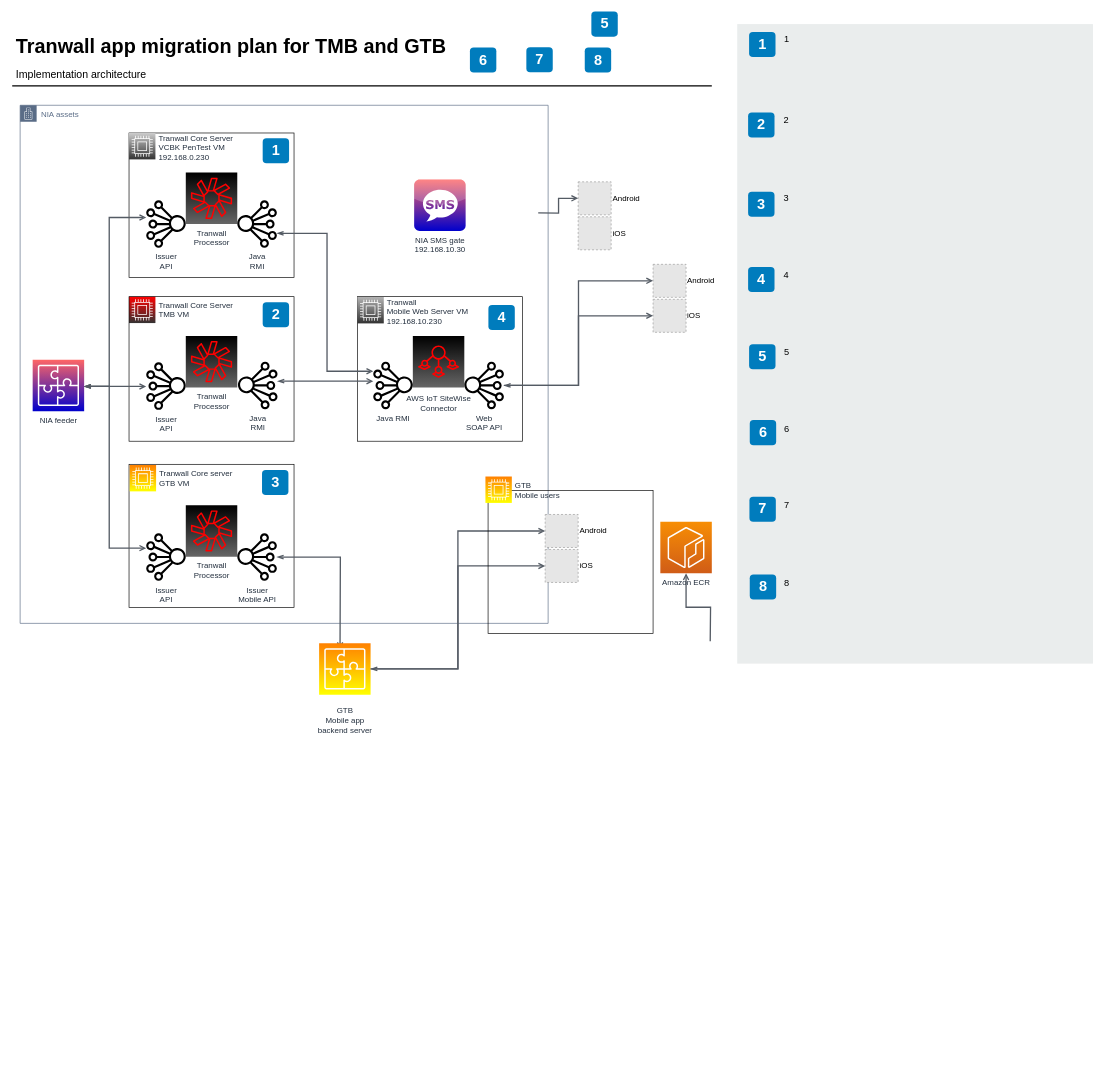
Earlier version of the draw.io diagram Tranwall app migration plan.drawio (7ak/draw.io). Source tidied: cells renumbered, new cells numbered last; positions are measured from the earlier drawing's top-left corner, leaving out a move shared by most shapes. Both pictures are drawn from the tidied source at 66%, with x=0, y=0 at pixel (12, 11). Pictures stored in the file or linked from it are replaced by grey dashed boxes.
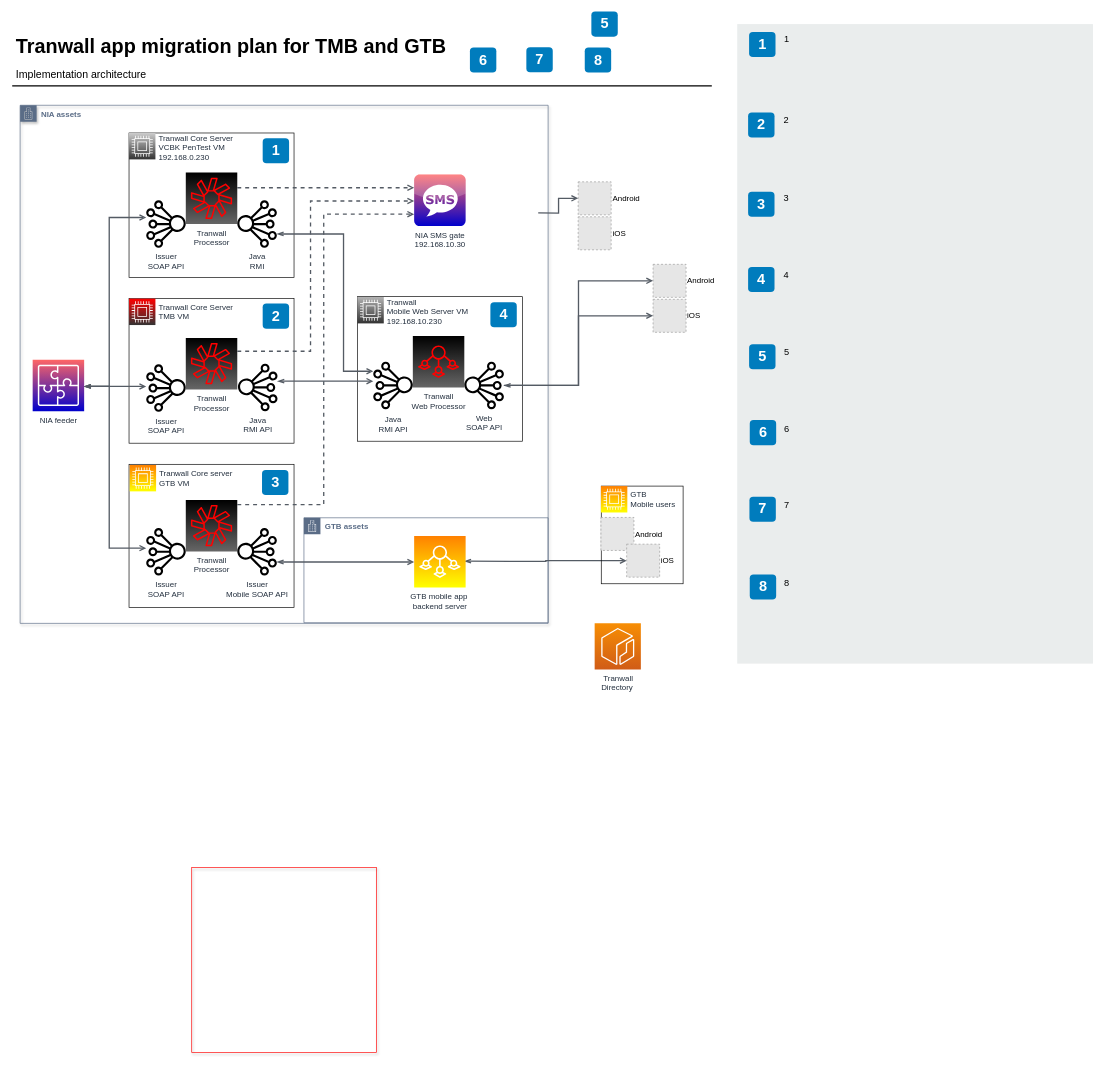
The same page after the edit.

Unchanged cells that the change refers to:
```xml
<mxCell id="46" value="Tranwall &lt;br&gt;Processor" style="outlineConnect=0;fontColor=#232F3E;gradientColor=#000000;gradientDirection=north;fillColor=#666666;strokeColor=#FF0000;dashed=0;verticalLabelPosition=bottom;verticalAlign=top;align=center;html=1;fontSize=12;fontStyle=0;shape=mxgraph.aws4.resourceIcon;resIcon=mxgraph.aws4.chime;shadow=0;" parent="1" vertex="1">
  <mxGeometry x="263" y="244" width="78" height="78" as="geometry" />
</mxCell>
<mxCell id="47" value="Java&lt;br&gt;RMI" style="outlineConnect=0;fontColor=#232F3E;gradientColor=none;fillColor=#000000;strokeColor=none;dashed=0;verticalLabelPosition=bottom;verticalAlign=top;align=center;html=1;fontSize=12;fontStyle=0;shape=mxgraph.aws4.iot_analytics_channel;flipV=0;flipH=1;" parent="1" vertex="1">
  <mxGeometry x="341" y="286" width="60" height="72" as="geometry" />
</mxCell>
```

Diff of the diagram source:
```diff
@@
+    <mxCell id="52" style="whiteSpace=wrap;html=1;dashed=0;fontColor=#AAB7B8;fontStyle=0;align=left;verticalAlign=top;strokeColor=#000000;fillColor=none;gradientColor=none;spacingLeft=30;" parent="1" vertex="1">
+      <mxGeometry x="177" y="435" width="250" height="219" as="geometry" />
+    </mxCell>
-    <mxCell id="2" value="NIA assets" style="gradientColor=none;html=1;whiteSpace=wrap;fontSize=12;fontStyle=0;shape=mxgraph.aws4.group;grIcon=mxgraph.aws4.group_corporate_data_center;strokeColor=#5A6C86;fillColor=none;verticalAlign=top;align=left;spacingLeft=30;fontColor=#5A6C86;dashed=0;" parent="1" vertex="1">
+    <mxCell id="2" value="NIA assets" style="gradientColor=#ffffff;html=1;whiteSpace=wrap;fontSize=12;fontStyle=1;shape=mxgraph.aws4.group;grIcon=mxgraph.aws4.group_corporate_data_center;strokeColor=#5A6C86;fillColor=none;verticalAlign=top;align=left;spacingLeft=30;fontColor=#5A6C86;dashed=0;shadow=1;" parent="1" vertex="1">
       <mxGeometry x="12" y="142" width="800" height="785" as="geometry" />
     </mxCell>
+    <mxCell id="75" value="&lt;b&gt;GTB assets&lt;/b&gt;" style="gradientColor=#ffffff;html=1;whiteSpace=wrap;fontSize=12;fontStyle=0;shape=mxgraph.aws4.group;grIcon=mxgraph.aws4.group_corporate_data_center;strokeColor=#5A6C86;fillColor=none;verticalAlign=top;align=left;spacingLeft=30;fontColor=#5A6C86;dashed=0;shadow=0;" parent="1" vertex="1">
+      <mxGeometry x="442" y="767" width="370" height="159" as="geometry" />
+    </mxCell>
@@
-    <mxCell id="8" style="edgeStyle=orthogonalEdgeStyle;rounded=0;jettySize=auto;html=1;strokeColor=#545B64;strokeWidth=2;endFill=0;endArrow=open;startArrow=none;" parent="1" edge="1" target="33">
-      <mxGeometry relative="1" as="geometry">
-        <mxPoint x="1057.6" y="954.2" as="sourcePoint" />
-      </mxGeometry>
-    </mxCell>
@@
-    <mxCell id="30" value="Issuer &lt;br&gt;API" style="outlineConnect=0;fontColor=#232F3E;gradientColor=none;fillColor=#000000;strokeColor=none;dashed=0;verticalLabelPosition=bottom;verticalAlign=top;align=center;html=1;fontSize=12;fontStyle=0;shape=mxgraph.aws4.iot_analytics_channel;" parent="1" vertex="1">
+    <mxCell id="30" value="Issuer&lt;br&gt;SOAP API" style="outlineConnect=0;fontColor=#232F3E;gradientColor=none;fillColor=#000000;strokeColor=none;dashed=0;verticalLabelPosition=bottom;verticalAlign=top;align=center;html=1;fontSize=12;fontStyle=0;shape=mxgraph.aws4.iot_analytics_channel;" parent="1" vertex="1">
       <mxGeometry x="203" y="286" width="60" height="72" as="geometry" />
     </mxCell>
-    <mxCell id="31" value="AWS IoT SiteWise&lt;br&gt;Connector&lt;br&gt;" style="fontColor=#232F3E;gradientColor=#000000;gradientDirection=north;fillColor=#666666;strokeColor=#FF0000;dashed=0;verticalLabelPosition=bottom;verticalAlign=top;align=center;html=1;fontSize=12;fontStyle=0;shape=mxgraph.aws4.resourceIcon;resIcon=mxgraph.aws4.iot_sitewise;shadow=0;spacing=5;" parent="1" vertex="1">
+    <mxCell id="31" value="Tranwall&lt;br&gt;Web Processor" style="fontColor=#232F3E;gradientColor=#000000;gradientDirection=north;fillColor=#666666;strokeColor=#FF0000;dashed=0;verticalLabelPosition=bottom;verticalAlign=top;align=center;html=1;fontSize=12;fontStyle=0;shape=mxgraph.aws4.resourceIcon;resIcon=mxgraph.aws4.iot_sitewise;shadow=0;spacing=2;" parent="1" vertex="1">
       <mxGeometry x="607" y="491.5" width="78" height="78" as="geometry" />
     </mxCell>
     <mxCell id="32" value="2" style="rounded=1;whiteSpace=wrap;html=1;fillColor=#007CBD;strokeColor=none;fontColor=#FFFFFF;fontStyle=1;fontSize=22;" parent="1" vertex="1">
-      <mxGeometry x="379.5" y="440.5" width="40" height="38" as="geometry" />
+      <mxGeometry x="379.5" y="442.5" width="40" height="38" as="geometry" />
     </mxCell>
-    <mxCell id="33" value="Amazon ECR" style="outlineConnect=0;fontColor=#232F3E;gradientColor=#F78E04;gradientDirection=north;fillColor=#D05C17;strokeColor=#ffffff;dashed=0;verticalLabelPosition=bottom;verticalAlign=top;align=center;html=1;fontSize=12;fontStyle=0;shape=mxgraph.aws4.resourceIcon;resIcon=mxgraph.aws4.ecr;" parent="1" vertex="1">
-      <mxGeometry x="982" y="773" width="78" height="78" as="geometry" />
+    <mxCell id="33" value="Tranwall&lt;br&gt;Directory&amp;nbsp;" style="outlineConnect=0;fontColor=#232F3E;gradientColor=#F78E04;gradientDirection=north;fillColor=#D05C17;strokeColor=#ffffff;dashed=0;verticalLabelPosition=bottom;verticalAlign=top;align=center;html=1;fontSize=12;fontStyle=0;shape=mxgraph.aws4.resourceIcon;resIcon=mxgraph.aws4.ecr;" parent="1" vertex="1">
+      <mxGeometry x="882.5" y="927" width="70" height="70" as="geometry" />
     </mxCell>
@@
     <mxCell id="35" value="4" style="rounded=1;whiteSpace=wrap;html=1;fillColor=#007CBD;strokeColor=none;fontColor=#FFFFFF;fontStyle=1;fontSize=22;" parent="1" vertex="1">
-      <mxGeometry x="721.5" y="444.5" width="40" height="38" as="geometry" />
+      <mxGeometry x="724.5" y="440.5" width="40" height="38" as="geometry" />
     </mxCell>
@@
     <mxCell id="40" value="&lt;span style=&quot;text-align: left&quot;&gt;Tranwall Core Server&lt;/span&gt;&lt;br style=&quot;text-align: left&quot;&gt;&lt;span style=&quot;text-align: left&quot;&gt;TMB VM&lt;/span&gt;" style="fontColor=#232F3E;gradientColor=#FF0000;gradientDirection=north;fillColor=#333333;strokeColor=#ffffff;dashed=0;verticalLabelPosition=middle;verticalAlign=middle;align=left;html=1;fontSize=12;fontStyle=0;shape=mxgraph.aws4.resourceIcon;resIcon=mxgraph.aws4.compute;labelPosition=right;spacing=5;" parent="1" vertex="1">
-      <mxGeometry x="177" y="432" width="40" height="40" as="geometry" />
+      <mxGeometry x="177" y="435" width="40" height="40" as="geometry" />
     </mxCell>
@@
-    <mxCell id="42" value="Issuer&lt;br&gt;API" style="outlineConnect=0;fontColor=#232F3E;gradientColor=none;fillColor=#000000;strokeColor=none;dashed=0;verticalLabelPosition=bottom;verticalAlign=top;align=center;html=1;fontSize=12;fontStyle=0;shape=mxgraph.aws4.iot_analytics_channel;" parent="1" vertex="1">
-      <mxGeometry x="203" y="790.5" width="60" height="72" as="geometry" />
+    <mxCell id="42" value="Issuer&lt;br&gt;SOAP API" style="outlineConnect=0;fontColor=#232F3E;gradientColor=none;fillColor=#000000;strokeColor=none;dashed=0;verticalLabelPosition=bottom;verticalAlign=top;align=center;html=1;fontSize=12;fontStyle=0;shape=mxgraph.aws4.iot_analytics_channel;" parent="1" vertex="1">
+      <mxGeometry x="203" y="782.5" width="60" height="72" as="geometry" />
     </mxCell>
@@
     <mxCell id="44" value="Tranwall &lt;br&gt;Processor" style="outlineConnect=0;fontColor=#232F3E;gradientColor=#000000;gradientDirection=north;fillColor=#666666;strokeColor=#FF0000;dashed=0;verticalLabelPosition=bottom;verticalAlign=top;align=center;html=1;fontSize=12;fontStyle=0;shape=mxgraph.aws4.resourceIcon;resIcon=mxgraph.aws4.chime;shadow=0;" parent="1" vertex="1">
-      <mxGeometry x="263" y="748" width="78" height="78" as="geometry" />
+      <mxGeometry x="263" y="740" width="78" height="78" as="geometry" />
     </mxCell>
-    <mxCell id="45" value="Issuer &lt;br&gt;Mobile API" style="outlineConnect=0;fontColor=#232F3E;gradientColor=none;fillColor=#000000;strokeColor=none;dashed=0;verticalLabelPosition=bottom;verticalAlign=top;align=center;html=1;fontSize=12;fontStyle=0;shape=mxgraph.aws4.iot_analytics_channel;flipV=0;flipH=1;" parent="1" vertex="1">
-      <mxGeometry x="341" y="790.5" width="60" height="72" as="geometry" />
+    <mxCell id="45" value="Issuer &lt;br&gt;Mobile SOAP API" style="outlineConnect=0;fontColor=#232F3E;gradientColor=none;fillColor=#000000;strokeColor=none;dashed=0;verticalLabelPosition=bottom;verticalAlign=top;align=center;html=1;fontSize=12;fontStyle=0;shape=mxgraph.aws4.iot_analytics_channel;flipV=0;flipH=1;" parent="1" vertex="1">
+      <mxGeometry x="341" y="782.5" width="60" height="72" as="geometry" />
     </mxCell>
@@
     <mxCell id="51" style="edgeStyle=orthogonalEdgeStyle;rounded=0;jettySize=auto;html=1;strokeColor=#545B64;strokeWidth=2;endFill=0;endArrow=open;startArrow=openThin;startFill=0;" parent="1" edge="1" source="47" target="59">
       <mxGeometry relative="1" as="geometry">
         <Array as="points">
-          <mxPoint x="477" y="336" />
-          <mxPoint x="477" y="545" />
+          <mxPoint x="502" y="337" />
+          <mxPoint x="502" y="545" />
         </Array>
       </mxGeometry>
     </mxCell>
-    <mxCell id="52" style="whiteSpace=wrap;html=1;dashed=0;fontColor=#AAB7B8;fontStyle=0;align=left;verticalAlign=top;strokeColor=#000000;fillColor=none;gradientColor=none;spacingLeft=30;" parent="1" vertex="1">
-      <mxGeometry x="177" y="432" width="250" height="219" as="geometry" />
-    </mxCell>
@@
-    <mxCell id="54" value="Issuer &lt;br&gt;API" style="fontColor=#232F3E;gradientColor=none;fillColor=#000000;strokeColor=none;dashed=0;verticalLabelPosition=bottom;verticalAlign=top;align=center;html=1;fontSize=12;fontStyle=0;shape=mxgraph.aws4.iot_analytics_channel;" parent="1" vertex="1">
-      <mxGeometry x="203" y="531.5" width="60" height="72" as="geometry" />
+    <mxCell id="54" value="Issuer&lt;br&gt;SOAP API" style="fontColor=#232F3E;gradientColor=none;fillColor=#000000;strokeColor=none;dashed=0;verticalLabelPosition=bottom;verticalAlign=top;align=center;html=1;fontSize=12;fontStyle=0;shape=mxgraph.aws4.iot_analytics_channel;" parent="1" vertex="1">
+      <mxGeometry x="203" y="534.5" width="60" height="72" as="geometry" />
     </mxCell>
@@
     <mxCell id="56" value="Tranwall &lt;br&gt;Processor" style="fontColor=#232F3E;gradientColor=#000000;gradientDirection=north;fillColor=#666666;strokeColor=#FF0000;dashed=0;verticalLabelPosition=bottom;verticalAlign=top;align=center;html=1;fontSize=12;fontStyle=0;shape=mxgraph.aws4.resourceIcon;resIcon=mxgraph.aws4.chime;shadow=0;" parent="1" vertex="1">
-      <mxGeometry x="263" y="491.5" width="78" height="78" as="geometry" />
+      <mxGeometry x="263" y="494.5" width="78" height="78" as="geometry" />
     </mxCell>
-    <mxCell id="57" value="Java&lt;br&gt;RMI" style="outlineConnect=0;fontColor=#232F3E;gradientColor=none;fillColor=#000000;strokeColor=none;dashed=0;verticalLabelPosition=bottom;verticalAlign=top;align=center;html=1;fontSize=12;fontStyle=0;shape=mxgraph.aws4.iot_analytics_channel;flipV=0;flipH=1;" parent="1" vertex="1">
-      <mxGeometry x="342" y="530.5" width="60" height="72" as="geometry" />
+    <mxCell id="57" value="Java&lt;br&gt;RMI API" style="outlineConnect=0;fontColor=#232F3E;gradientColor=none;fillColor=#000000;strokeColor=none;dashed=0;verticalLabelPosition=bottom;verticalAlign=top;align=center;html=1;fontSize=12;fontStyle=0;shape=mxgraph.aws4.iot_analytics_channel;flipV=0;flipH=1;" parent="1" vertex="1">
+      <mxGeometry x="342" y="533.5" width="60" height="72" as="geometry" />
     </mxCell>
@@
-    <mxCell id="59" value="Java RMI" style="outlineConnect=0;fontColor=#232F3E;gradientColor=none;fillColor=#000000;strokeColor=none;dashed=0;verticalLabelPosition=bottom;verticalAlign=top;align=center;html=1;fontSize=12;fontStyle=0;shape=mxgraph.aws4.iot_analytics_channel;" parent="1" vertex="1">
+    <mxCell id="59" value="Java&lt;br&gt;RMI API" style="outlineConnect=0;fontColor=#232F3E;gradientColor=none;fillColor=#000000;strokeColor=none;dashed=0;verticalLabelPosition=bottom;verticalAlign=top;align=center;html=1;fontSize=12;fontStyle=0;shape=mxgraph.aws4.iot_analytics_channel;spacing=4;" parent="1" vertex="1">
       <mxGeometry x="547" y="530.5" width="60" height="72" as="geometry" />
     </mxCell>
@@
-    <mxCell id="66" style="edgeStyle=orthogonalEdgeStyle;rounded=0;jettySize=auto;html=1;strokeColor=#545B64;strokeWidth=2;endFill=0;endArrow=open;startArrow=openThin;startFill=0;" parent="1" edge="1" source="45">
+    <mxCell id="66" style="edgeStyle=orthogonalEdgeStyle;rounded=0;jettySize=auto;html=1;strokeColor=#545B64;strokeWidth=2;endFill=0;endArrow=open;startArrow=openThin;startFill=0;" parent="1" edge="1" source="45" target="81">
       <mxGeometry relative="1" as="geometry">
-        <mxPoint x="496.7" y="966" as="targetPoint" />
+        <Array as="points">
+          <mxPoint x="452" y="834" />
+          <mxPoint x="452" y="834" />
+        </Array>
       </mxGeometry>
     </mxCell>
-    <mxCell id="67" value="GTB&lt;br&gt;Mobile app &lt;br&gt;backend server&lt;br&gt;" style="outlineConnect=0;fontColor=#232F3E;gradientColor=#FF8000;gradientDirection=north;fillColor=#FFFF00;strokeColor=#ffffff;dashed=0;verticalLabelPosition=bottom;verticalAlign=middle;align=center;html=1;fontSize=12;fontStyle=0;shape=mxgraph.aws4.resourceIcon;resIcon=mxgraph.aws4.application_integration;shadow=0;spacing=5;" parent="1" vertex="1">
-      <mxGeometry x="465" y="957" width="78" height="78" as="geometry" />
-    </mxCell>
-    <mxCell id="68" style="edgeStyle=orthogonalEdgeStyle;rounded=0;jettySize=auto;html=1;strokeColor=#545B64;strokeWidth=2;endFill=0;endArrow=open;startArrow=none;entryX=0;entryY=0.5;entryDx=0;entryDy=0;" parent="1" edge="1" source="67" target="69">
-      <mxGeometry relative="1" as="geometry" />
-    </mxCell>
+    <mxCell id="71" style="edgeStyle=orthogonalEdgeStyle;rounded=0;jettySize=auto;html=1;strokeColor=#545B64;strokeWidth=2;endFill=0;endArrow=open;startArrow=openThin;entryX=0;entryY=0.5;entryDx=0;entryDy=0;startFill=0;" parent="1" edge="1" target="70">
+      <mxGeometry relative="1" as="geometry">
+        <mxPoint x="685" y="832.7" as="sourcePoint" />
+      </mxGeometry>
+    </mxCell>
+    <mxCell id="74" value="NIA SMS gate&lt;br&gt;192.168.10.30" style="dashed=0;outlineConnect=0;html=1;align=center;labelPosition=center;verticalLabelPosition=bottom;verticalAlign=top;shape=mxgraph.webicons.sms;fillColor=#0000CC;gradientColor=#FF6666;strokeColor=#ffffff;fontColor=#232F3E;fontStyle=0;gradientDirection=north;" parent="1" vertex="1">
+      <mxGeometry x="609" y="247" width="78" height="78" as="geometry" />
+    </mxCell>
+    <mxCell id="76" style="edgeStyle=orthogonalEdgeStyle;rounded=0;jettySize=auto;html=1;strokeColor=#545B64;strokeWidth=2;endFill=0;endArrow=open;startArrow=none;startFill=0;dashed=1;" parent="1" edge="1" source="46" target="74">
+      <mxGeometry relative="1" as="geometry">
+        <Array as="points">
+          <mxPoint x="472" y="267" />
+          <mxPoint x="472" y="267" />
+        </Array>
+      </mxGeometry>
+    </mxCell>
+    <mxCell id="77" style="edgeStyle=orthogonalEdgeStyle;rounded=0;jettySize=auto;html=1;strokeColor=#545B64;strokeWidth=2;endFill=0;endArrow=open;startArrow=none;startFill=0;dashed=1;" parent="1" edge="1" target="74">
+      <mxGeometry relative="1" as="geometry">
+        <mxPoint x="341" y="514.7" as="sourcePoint" />
+        <Array as="points">
+          <mxPoint x="452" y="515" />
+          <mxPoint x="452" y="287" />
+        </Array>
+      </mxGeometry>
+    </mxCell>
+    <mxCell id="78" style="edgeStyle=orthogonalEdgeStyle;rounded=0;jettySize=auto;html=1;strokeColor=#545B64;strokeWidth=2;endFill=0;endArrow=open;startArrow=none;startFill=0;dashed=1;" parent="1" edge="1" source="44" target="74">
+      <mxGeometry relative="1" as="geometry">
+        <Array as="points">
+          <mxPoint x="472" y="747" />
+          <mxPoint x="472" y="307" />
+        </Array>
+      </mxGeometry>
+    </mxCell>
+    <mxCell id="79" style="group;" parent="1" vertex="1">
+      <mxGeometry x="272" y="1297" width="280" height="320" as="geometry" />
+    </mxCell>
+    <mxCell id="80" style="whiteSpace=wrap;html=1;shadow=1;strokeColor=#FF0000;fillColor=none;gradientColor=#CCCCCC;align=center;" parent="79" vertex="1">
+      <mxGeometry width="280" height="280" as="geometry" />
+    </mxCell>
+    <mxCell id="81" value="GTB mobile app&amp;nbsp;&lt;br&gt;backend server" style="outlineConnect=0;fontColor=#232F3E;gradientColor=#FF8000;gradientDirection=north;fillColor=#FFFF00;strokeColor=#ffffff;dashed=0;verticalLabelPosition=bottom;verticalAlign=top;align=center;html=1;fontSize=12;fontStyle=0;shape=mxgraph.aws4.resourceIcon;resIcon=mxgraph.aws4.iot_sitewise;shadow=0;spacing=2;" parent="1" vertex="1">
+      <mxGeometry x="609" y="794.5" width="78" height="78" as="geometry" />
+    </mxCell>
+    <mxCell id="82" style="group;" parent="1" vertex="1">
+      <mxGeometry x="892" y="719" width="124.5" height="148" as="geometry" />
+    </mxCell>
+    <mxCell id="72" style="whiteSpace=wrap;html=1;dashed=0;fontColor=#AAB7B8;fontStyle=0;align=left;verticalAlign=top;strokeColor=#000000;fillColor=none;gradientColor=none;spacingLeft=30;" parent="82" vertex="1">
+      <mxGeometry x="0.5" width="124" height="148" as="geometry" />
+    </mxCell>
-    <mxCell id="69" value="Android" style="fillColor=#E6E6E6;strokeColor=#999999;dashed=1;html=1;verticalAlign=middle;verticalLabelPosition=middle;labelBackgroundColor=#ffffff;labelPosition=right;align=left;" parent="1" vertex="1">
-      <mxGeometry x="807.5" y="762" width="50" height="50" as="geometry" />
+    <mxCell id="69" value="Android" style="fillColor=#E6E6E6;strokeColor=#999999;dashed=1;html=1;verticalAlign=middle;verticalLabelPosition=middle;labelBackgroundColor=#ffffff;labelPosition=right;align=left;" parent="82" vertex="1">
+      <mxGeometry y="47.5" width="50" height="50" as="geometry" />
     </mxCell>
-    <mxCell id="70" value="iOS" style="fillColor=#E6E6E6;strokeColor=#999999;dashed=1;html=1;verticalAlign=middle;verticalLabelPosition=middle;labelBackgroundColor=#ffffff;labelPosition=right;align=left;" parent="1" vertex="1">
-      <mxGeometry x="807.5" y="815" width="50" height="50" as="geometry" />
+    <mxCell id="70" value="iOS" style="fillColor=#E6E6E6;strokeColor=#999999;dashed=1;html=1;verticalAlign=middle;verticalLabelPosition=middle;labelBackgroundColor=#ffffff;labelPosition=right;align=left;" parent="82" vertex="1">
+      <mxGeometry x="39" y="88" width="50" height="50" as="geometry" />
     </mxCell>
-    <mxCell id="71" style="edgeStyle=orthogonalEdgeStyle;rounded=0;jettySize=auto;html=1;strokeColor=#545B64;strokeWidth=2;endFill=0;endArrow=open;startArrow=openThin;entryX=0;entryY=0.5;entryDx=0;entryDy=0;startFill=0;" parent="1" edge="1" source="67" target="70">
-      <mxGeometry relative="1" as="geometry" />
-    </mxCell>
-    <mxCell id="72" style="whiteSpace=wrap;html=1;dashed=0;fontColor=#AAB7B8;fontStyle=0;align=left;verticalAlign=top;strokeColor=#000000;fillColor=none;gradientColor=none;spacingLeft=30;" parent="1" vertex="1">
-      <mxGeometry x="721" y="725.5" width="250" height="217" as="geometry" />
-    </mxCell>
-    <mxCell id="73" value="&lt;span style=&quot;text-align: left&quot;&gt;GTB&lt;br&gt;Mobile users&lt;/span&gt;" style="fontColor=#232F3E;gradientColor=#FF8000;gradientDirection=north;fillColor=#FFFF00;strokeColor=#ffffff;dashed=0;verticalLabelPosition=middle;verticalAlign=middle;align=left;html=1;fontSize=12;fontStyle=0;shape=mxgraph.aws4.resourceIcon;resIcon=mxgraph.aws4.compute;labelPosition=right;spacing=5;shadow=0;" parent="1" vertex="1">
-      <mxGeometry x="717" y="704.5" width="40" height="40" as="geometry" />
+    <mxCell id="73" value="&lt;span style=&quot;text-align: left&quot;&gt;GTB&lt;br&gt;Mobile users&lt;/span&gt;" style="fontColor=#232F3E;gradientColor=#FF8000;gradientDirection=north;fillColor=#FFFF00;strokeColor=#ffffff;dashed=0;verticalLabelPosition=middle;verticalAlign=middle;align=left;html=1;fontSize=12;fontStyle=0;shape=mxgraph.aws4.resourceIcon;resIcon=mxgraph.aws4.compute;labelPosition=right;spacing=5;shadow=0;" parent="82" vertex="1">
+      <mxGeometry width="40" height="40" as="geometry" />
     </mxCell>
-    <mxCell id="74" value="NIA SMS gate&lt;br&gt;192.168.10.30" style="dashed=0;outlineConnect=0;html=1;align=center;labelPosition=center;verticalLabelPosition=bottom;verticalAlign=top;shape=mxgraph.webicons.sms;fillColor=#0000CC;gradientColor=#FF6666;strokeColor=#ffffff;fontColor=#232F3E;fontStyle=0;gradientDirection=north;" parent="1" vertex="1">
-      <mxGeometry x="609" y="254.5" width="78" height="78" as="geometry" />
-    </mxCell>
```
